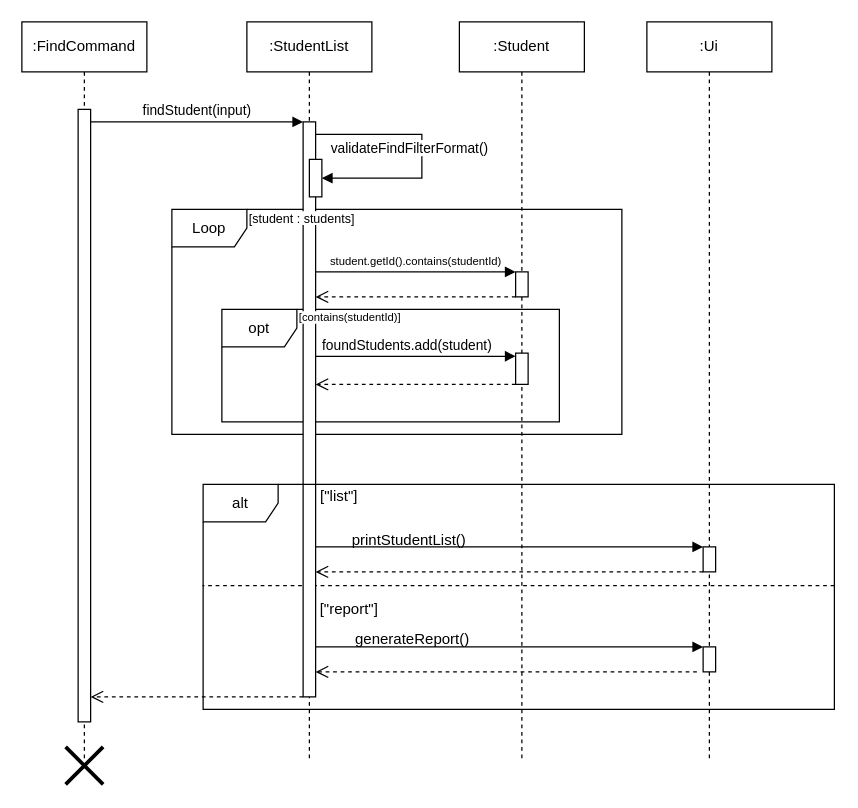
The draw.io diagram docs/UML_Diagrams/FindCommand Sequence Diagram.drawio in paulktham/tp, before the edit. Source tidied: cells renumbered, new cells numbered last; positions are measured from the earlier drawing's top-left corner, leaving out a move shared by most shapes. Both pictures are drawn from the tidied source at 125%, with x=0, y=0 at pixel (21, 21).
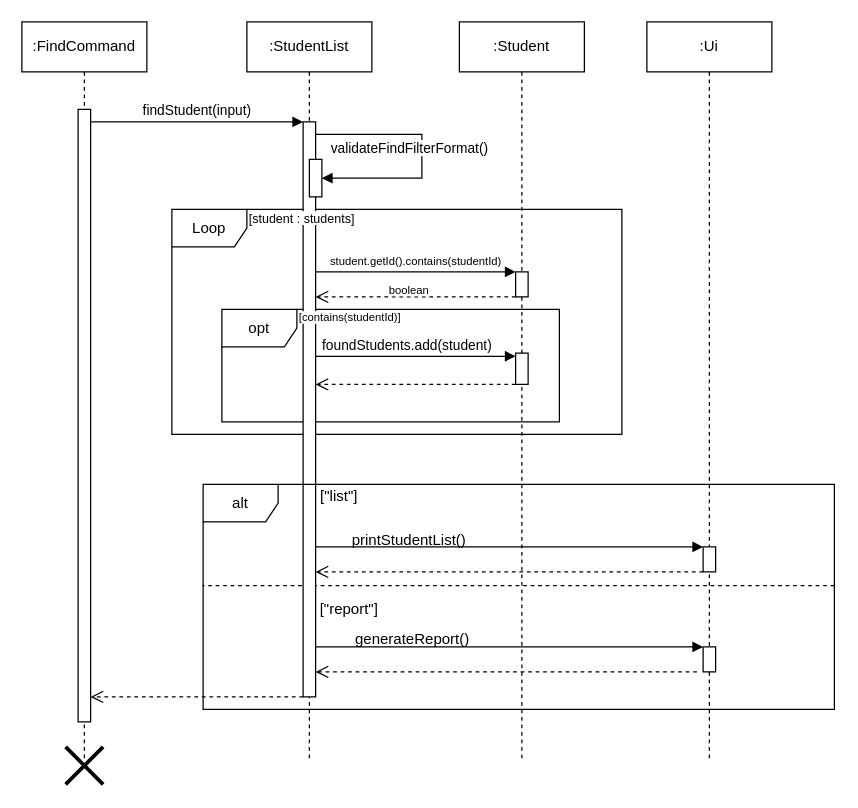
The same diagram, later.

The change refers to these unchanged cells:
```xml
<mxCell id="9" style="html=1;points=[];perimeter=orthogonalPerimeter;outlineConnect=0;targetShapes=umlLifeline;portConstraint=eastwest;newEdgeStyle={&quot;edgeStyle&quot;:&quot;elbowEdgeStyle&quot;,&quot;elbow&quot;:&quot;vertical&quot;,&quot;curved&quot;:0,&quot;rounded&quot;:0};" parent="7" vertex="1">
  <mxGeometry x="45" y="80" width="10" height="460" as="geometry" />
</mxCell>
<mxCell id="14" style="html=1;points=[];perimeter=orthogonalPerimeter;outlineConnect=0;targetShapes=umlLifeline;portConstraint=eastwest;newEdgeStyle={&quot;edgeStyle&quot;:&quot;elbowEdgeStyle&quot;,&quot;elbow&quot;:&quot;vertical&quot;,&quot;curved&quot;:0,&quot;rounded&quot;:0};" parent="13" vertex="1">
  <mxGeometry x="45" y="200" width="10" height="20" as="geometry" />
</mxCell>
```

What changed in the source:
```diff
@@
-    <mxCell id="19" value="&lt;span style=&quot;font-size: 9px;&quot;&gt;student.getId().contains(studentId)&lt;/span&gt;" style="html=1;verticalAlign=bottom;endArrow=block;edgeStyle=elbowEdgeStyle;elbow=horizontal;curved=0;rounded=0;" parent="1" edge="1" source="9" target="14">
+    <mxCell id="19" value="&lt;span style=&quot;font-size: 9px;&quot;&gt;student.getId().contains(studentId)&lt;/span&gt;" style="html=1;verticalAlign=bottom;endArrow=block;edgeStyle=elbowEdgeStyle;elbow=vertical;curved=0;rounded=0;" parent="1" edge="1" source="9" target="14">
       <mxGeometry relative="1" as="geometry">
         <Array as="points">
           <mxPoint x="315" y="200" />
         </Array>
       </mxGeometry>
     </mxCell>
@@
+    <mxCell id="36" value="&lt;span style=&quot;color: rgb(0, 0, 0); font-family: Helvetica; font-size: 9px; font-style: normal; font-variant-ligatures: normal; font-variant-caps: normal; font-weight: 400; letter-spacing: normal; orphans: 2; text-align: center; text-indent: 0px; text-transform: none; widows: 2; word-spacing: 0px; -webkit-text-stroke-width: 0px; white-space: nowrap; background-color: rgb(255, 255, 255); text-decoration-thickness: initial; text-decoration-style: initial; text-decoration-color: initial; display: inline !important; float: none;&quot;&gt;boolean&lt;/span&gt;" style="text;whiteSpace=wrap;html=1;" parent="1" vertex="1">
+      <mxGeometry x="292" y="200" width="170" height="40" as="geometry" />
+    </mxCell>
```
